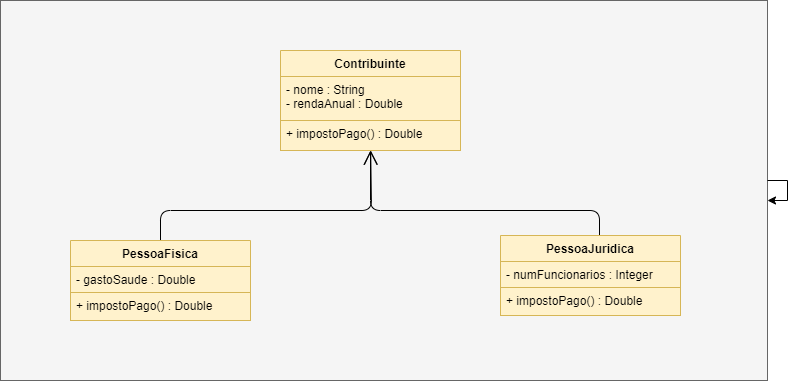
This is UML.png from SergioMonteiroRibeiro/Contribuinte_Juridico_Fisico, a draw.io export, as it was before one commit. Source tidied: cells renumbered, new cells last; positions are measured from the earlier drawing's top-left corner, leaving out a move shared by most shapes.
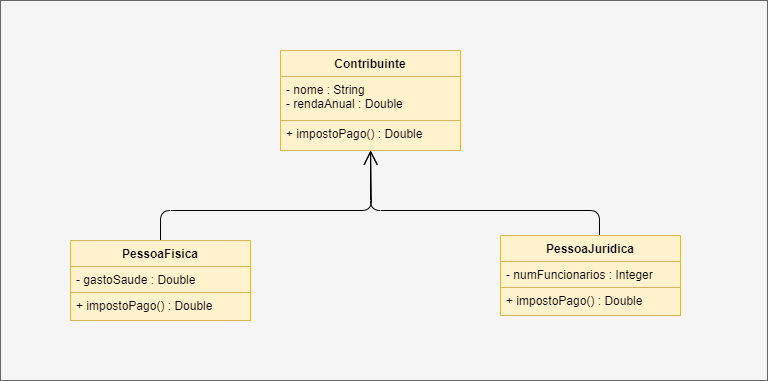
After the commit.

The edit, as a diff of the source:
```diff
@@ -39,9 +39,6 @@
         </Array>
       </mxGeometry>
     </mxCell>
-    <mxCell id="11" style="edgeStyle=orthogonalEdgeStyle;rounded=0;orthogonalLoop=1;jettySize=auto;html=1;" parent="1" edge="1" source="2" target="2">
-      <mxGeometry relative="1" as="geometry" />
-    </mxCell>
     <mxCell id="12" value="PessoaJuridica" style="swimlane;fontStyle=1;align=center;verticalAlign=top;horizontal=1;startSize=26;fillColor=#fff2cc;strokeColor=#d6b656;" parent="1" vertex="1">
       <mxGeometry x="500" y="235" width="180" height="80" as="geometry" />
     </mxCell>
```
